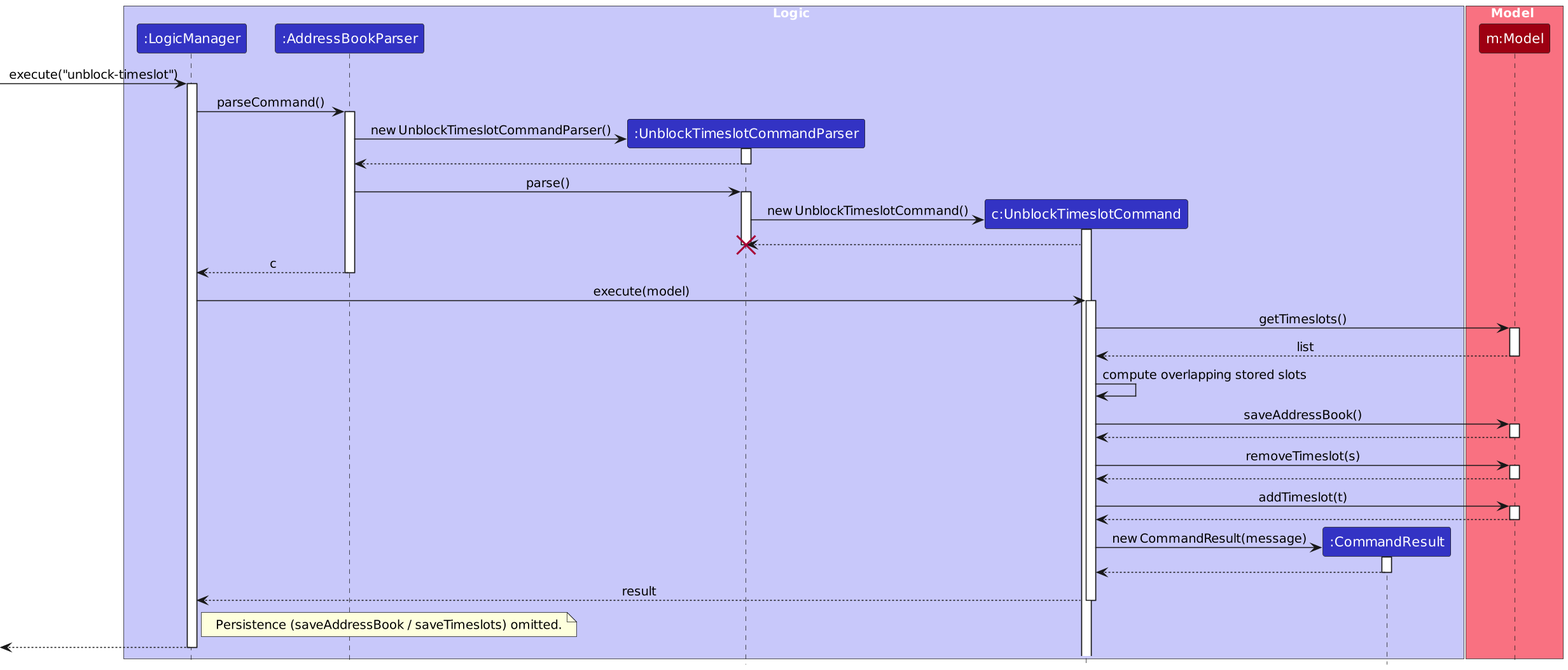
AY2526S1-CS2103T-T09-3/tp keeps this PlantUML diagram as diagrams/Timeslots/UnblockTimeslotSequenceDiagram.png. Above is the earlier version. Its source is kept beside it as diagrams/Timeslots/UnblockTimeslotSequenceDiagram.puml.
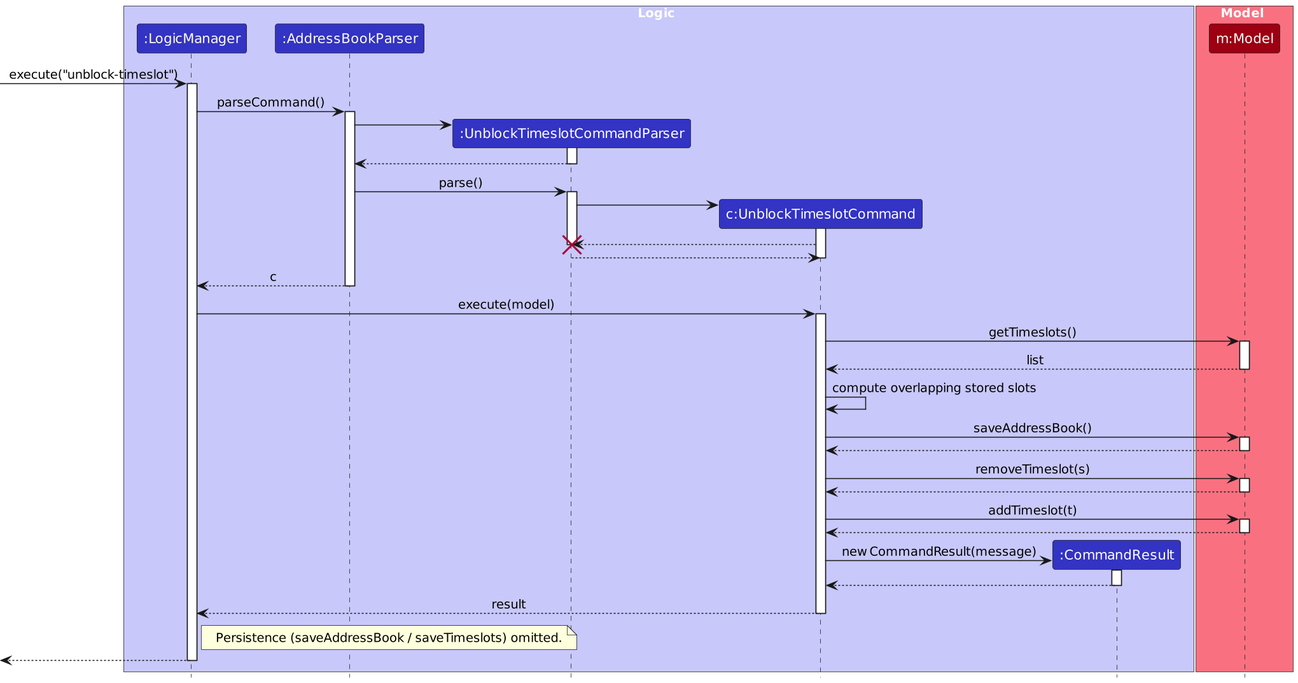
The same file after the commit.

The edit, as a diff of the source:
```diff
@@ -21,7 +21,7 @@
 activate AddressBookParser
 
 create UnblockTimeslotCommandParser
-AddressBookParser -> UnblockTimeslotCommandParser : new UnblockTimeslotCommandParser()
+AddressBookParser -> UnblockTimeslotCommandParser
 activate UnblockTimeslotCommandParser
 AddressBookParser <-- UnblockTimeslotCommandParser
 deactivate UnblockTimeslotCommandParser
@@ -30,12 +30,15 @@
 activate UnblockTimeslotCommandParser
 
 create UnblockTimeslotCommand
-UnblockTimeslotCommandParser -> UnblockTimeslotCommand : new UnblockTimeslotCommand()
+UnblockTimeslotCommandParser -> UnblockTimeslotCommand
 activate UnblockTimeslotCommand
 
 UnblockTimeslotCommand --> UnblockTimeslotCommandParser
 deactivate UnblockTimeslotCommandParser
 destroy UnblockTimeslotCommandParser
+
+UnblockTimeslotCommand <-- UnblockTimeslotCommandParser
+deactivate UnblockTimeslotCommand
 
 AddressBookParser --> LogicManager : c
 deactivate AddressBookParser
```
